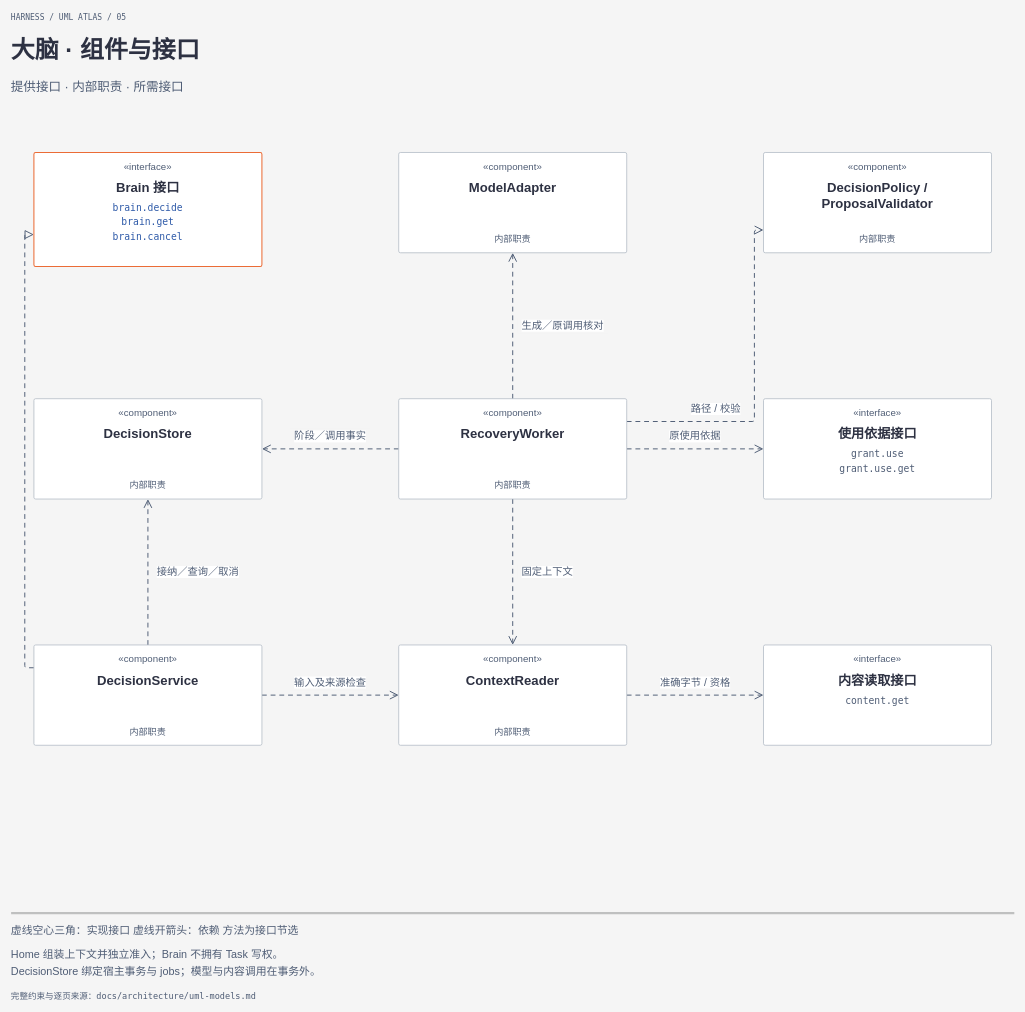
The draw.io diagram page "05 大脑 · 组件与接口" (5 of 20) of docs/architecture/diagrams/uml-models.drawio in ruipengliu/lerna, before the edit. Source tidied: cells renumbered, new cells numbered last; positions are measured from the earlier drawing's top-left corner, leaving out a move shared by most shapes. Both pictures are drawn from the tidied source at 57%, with x=0, y=0 at pixel (11, 10).
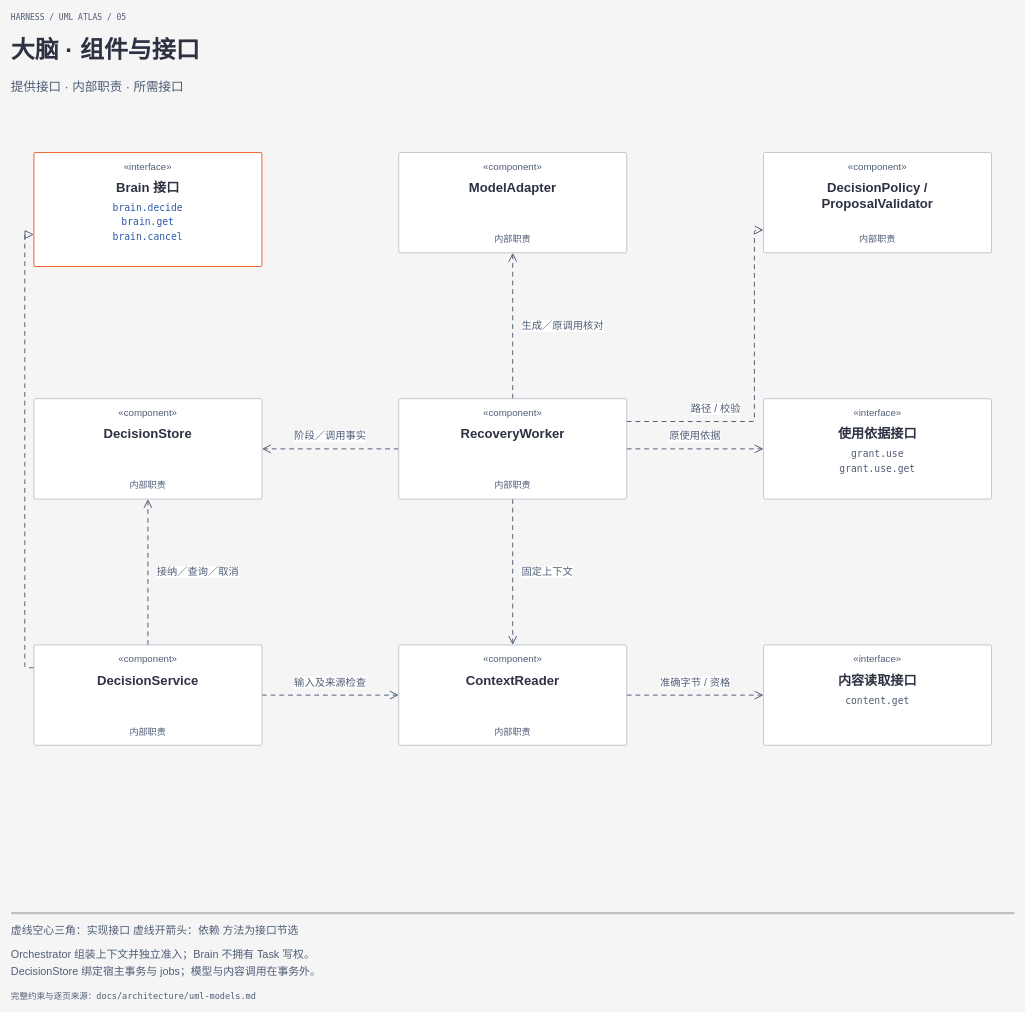
The same diagram, later.

What changed in the source:
```diff
@@
-    <mxCell id="63" value="Home 组装上下文并独立准入；Brain 不拥有 Task 写权。" style="text;html=0;whiteSpace=wrap;overflow=hidden;strokeColor=none;fillColor=none;align=left;verticalAlign=middle;spacing=0;fontFamily=Geist, PingFang SC, Microsoft YaHei;fontSize=19;fontColor=#4f5d75;fontStyle=0;" parent="1" vertex="1">
+    <mxCell id="63" value="Orchestrator 组装上下文并独立准入；Brain 不拥有 Task 写权。" style="text;html=0;whiteSpace=wrap;overflow=hidden;strokeColor=none;fillColor=none;align=left;verticalAlign=middle;spacing=0;fontFamily=Geist, PingFang SC, Microsoft YaHei;fontSize=19;fontColor=#4f5d75;fontStyle=0;" parent="1" vertex="1">
       <mxGeometry y="1643" width="1760" height="28" as="geometry" />
     </mxCell>
```
